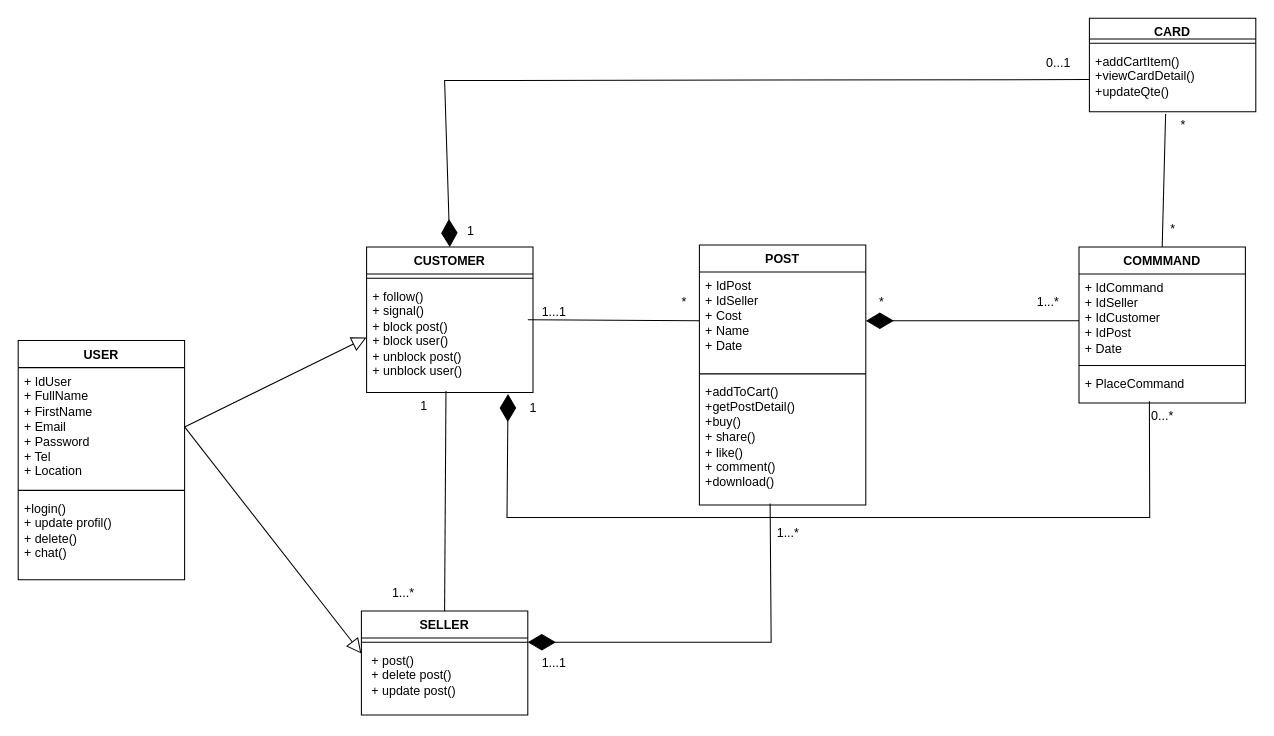
Bryann-coder/FlashShop keeps this draw.io diagram as page "class" (5 of 5) of TIkShopDataBase.drawio. Above is the earlier version. Source tidied: cells renumbered, new cells numbered last; positions are measured from the earlier drawing's top-left corner, leaving out a move shared by most shapes. Both pictures are drawn from the tidied source at 104%, with x=0, y=0 at pixel (18, 18).
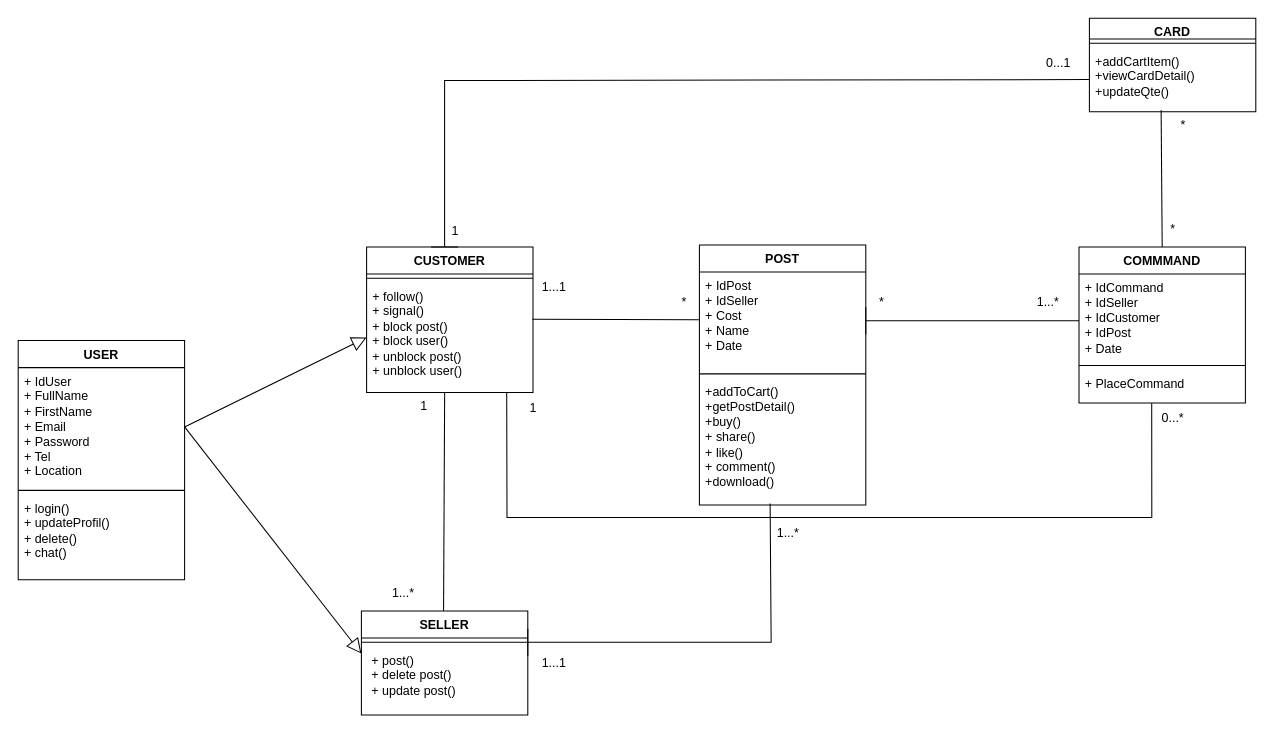
The same diagram, later.

Unchanged cells that the change refers to:
```xml
<mxCell id="2" value="CUSTOMER" style="swimlane;fontStyle=1;align=center;verticalAlign=top;horizontal=1;startSize=26;whiteSpace=wrap;html=1;" parent="1" vertex="1">
  <mxGeometry x="335" y="220" width="160" height="140" as="geometry" />
</mxCell>
<mxCell id="4" value="+ follow()&lt;div&gt;+ signal()&lt;/div&gt;&lt;div&gt;+ block post()&lt;/div&gt;&lt;div&gt;+ block user()&lt;/div&gt;&lt;div&gt;+ unblock post()&lt;/div&gt;&lt;div&gt;+ unblock user()&lt;/div&gt;" style="text;strokeColor=none;fillColor=none;align=left;verticalAlign=top;spacingLeft=4;spacingRight=4;overflow=hidden;points=[[0,0.5],[1,0.5]];portConstraint=eastwest;whiteSpace=wrap;html=1;" parent="2" vertex="1">
  <mxGeometry y="34" width="160" height="106" as="geometry" />
</mxCell>
<mxCell id="6" value="+ IdPost&lt;div&gt;+ IdSeller&lt;/div&gt;&lt;div&gt;+ Cost&lt;/div&gt;&lt;div&gt;+ Name&lt;br&gt;&lt;div&gt;+ Date&lt;/div&gt;&lt;/div&gt;" style="text;strokeColor=none;fillColor=none;align=left;verticalAlign=top;spacingLeft=4;spacingRight=4;overflow=hidden;points=[[0,0.5],[1,0.5]];portConstraint=eastwest;whiteSpace=wrap;html=1;" parent="5" vertex="1">
  <mxGeometry y="26" width="160" height="94" as="geometry" />
</mxCell>
<mxCell id="8" value="&lt;div&gt;+addToCart()&lt;/div&gt;&lt;div&gt;+getPostDetail()&lt;/div&gt;&lt;div&gt;+buy()&lt;/div&gt;&lt;div&gt;+ share()&lt;/div&gt;&lt;div&gt;+ like()&lt;/div&gt;&lt;div&gt;+ comment()&lt;/div&gt;&lt;div&gt;+download()&lt;/div&gt;" style="text;strokeColor=none;fillColor=none;align=left;verticalAlign=top;spacingLeft=4;spacingRight=4;overflow=hidden;points=[[0,0.5],[1,0.5]];portConstraint=eastwest;whiteSpace=wrap;html=1;" parent="5" vertex="1">
  <mxGeometry y="128" width="160" height="122" as="geometry" />
</mxCell>
<mxCell id="9" value="SELLER" style="swimlane;fontStyle=1;align=center;verticalAlign=top;horizontal=1;startSize=26;whiteSpace=wrap;html=1;" parent="1" vertex="1">
  <mxGeometry x="330" y="570" width="160" height="100" as="geometry" />
</mxCell>
<mxCell id="10" style="line;strokeWidth=1;fillColor=none;align=left;verticalAlign=middle;spacingTop=-1;spacingLeft=3;spacingRight=3;labelPosition=right;points=[];portConstraint=eastwest;strokeColor=inherit;" parent="9" vertex="1">
  <mxGeometry y="26" width="160" height="8" as="geometry" />
</mxCell>
<mxCell id="14" value="USER" style="swimlane;fontStyle=1;align=center;verticalAlign=top;horizontal=1;startSize=26;whiteSpace=wrap;html=1;" parent="1" vertex="1">
  <mxGeometry y="310" width="160" height="230" as="geometry" />
</mxCell>
<mxCell id="18" value="COMMMAND" style="swimlane;fontStyle=1;align=center;verticalAlign=top;horizontal=1;startSize=26;whiteSpace=wrap;html=1;" parent="1" vertex="1">
  <mxGeometry x="1020" y="220" width="160" height="150" as="geometry" />
</mxCell>
<mxCell id="21" value="+ PlaceCommand" style="text;strokeColor=none;fillColor=none;align=left;verticalAlign=top;spacingLeft=4;spacingRight=4;overflow=hidden;points=[[0,0.5],[1,0.5]];portConstraint=eastwest;whiteSpace=wrap;html=1;" parent="18" vertex="1">
  <mxGeometry y="118" width="160" height="32" as="geometry" />
</mxCell>
<mxCell id="24" value="&lt;div&gt;+addCartItem()&lt;/div&gt;&lt;div&gt;+viewCardDetail()&lt;/div&gt;&lt;div&gt;+updateQte()&lt;/div&gt;" style="text;strokeColor=none;fillColor=none;align=left;verticalAlign=top;spacingLeft=4;spacingRight=4;overflow=hidden;points=[[0,0.5],[1,0.5]];portConstraint=eastwest;whiteSpace=wrap;html=1;" parent="22" vertex="1">
  <mxGeometry y="28" width="160" height="62" as="geometry" />
</mxCell>
```

Diff of the diagram source:
```diff
@@
-    <mxCell id="17" value="&lt;div&gt;+login()&lt;/div&gt;+ update profil()&lt;div&gt;+ delete()&lt;/div&gt;&lt;div&gt;+ chat()&lt;/div&gt;" style="text;strokeColor=none;fillColor=none;align=left;verticalAlign=top;spacingLeft=4;spacingRight=4;overflow=hidden;whiteSpace=wrap;html=1;" parent="14" vertex="1">
+    <mxCell id="17" value="&lt;div&gt;+ login()&lt;/div&gt;+ updateProfil()&lt;div&gt;+ delete()&lt;/div&gt;&lt;div&gt;+ chat()&lt;/div&gt;" style="text;strokeColor=none;fillColor=none;align=left;verticalAlign=top;spacingLeft=4;spacingRight=4;overflow=hidden;whiteSpace=wrap;html=1;" parent="14" vertex="1">
       <mxGeometry y="148" width="160" height="82" as="geometry" />
     </mxCell>
@@
-    <mxCell id="25" style="endArrow=none;html=1;rounded=0;entryX=0;entryY=0.5;entryDx=0;entryDy=0;" parent="1" edge="1" target="6">
-      <mxGeometry relative="1" as="geometry">
-        <mxPoint x="490" y="290" as="sourcePoint" />
-      </mxGeometry>
+    <mxCell id="25" style="endArrow=none;html=1;rounded=0;entryX=0.001;entryY=0.488;entryDx=0;entryDy=0;exitX=0.996;exitY=0.335;exitDx=0;exitDy=0;exitPerimeter=0;entryPerimeter=0;" parent="1" edge="1" source="4" target="6">
+      <mxGeometry relative="1" as="geometry" />
     </mxCell>
-    <mxCell id="26" style="endArrow=none;html=1;rounded=0;entryX=0.5;entryY=0;entryDx=0;entryDy=0;exitX=0.458;exitY=1.035;exitDx=0;exitDy=0;exitPerimeter=0;" parent="1" edge="1" source="24" target="18">
+    <mxCell id="26" style="endArrow=none;html=1;rounded=0;entryX=0.5;entryY=0;entryDx=0;entryDy=0;exitX=0.431;exitY=0.974;exitDx=0;exitDy=0;exitPerimeter=0;" parent="1" edge="1" source="24" target="18">
       <mxGeometry relative="1" as="geometry" />
     </mxCell>
@@
     <mxCell id="31" value="1...1" style="text;html=1;align=center;verticalAlign=middle;strokeColor=none;fillColor=none;" parent="1" vertex="1">
-      <mxGeometry x="490" y="268" width="50" height="30" as="geometry" />
+      <mxGeometry x="490" y="244" width="50" height="30" as="geometry" />
     </mxCell>
@@
-    <mxCell id="34" style="endArrow=diamondThin;endFill=1;endSize=24;html=1;rounded=0;entryX=1;entryY=0.5;entryDx=0;entryDy=0;entryPerimeter=0;exitX=0.425;exitY=0.989;exitDx=0;exitDy=0;exitPerimeter=0;" parent="1" edge="1" source="8" target="10">
+    <mxCell id="34" style="endArrow=baseDash;endFill=0;endSize=24;html=1;rounded=0;entryX=1;entryY=0.5;entryDx=0;entryDy=0;entryPerimeter=0;exitX=0.425;exitY=0.989;exitDx=0;exitDy=0;exitPerimeter=0;" parent="1" edge="1" source="8" target="10">
       <mxGeometry relative="1" as="geometry">
         <Array as="points">
           <mxPoint x="724" y="600" />
         </Array>
       </mxGeometry>
     </mxCell>
@@
-    <mxCell id="36" style="endArrow=diamondThin;endFill=1;endSize=24;html=1;rounded=0;exitX=0;exitY=0.5;exitDx=0;exitDy=0;entryX=0.5;entryY=0;entryDx=0;entryDy=0;" parent="1" edge="1" source="24" target="2">
+    <mxCell id="36" style="endArrow=baseDash;endFill=0;endSize=24;html=1;rounded=0;exitX=0;exitY=0.5;exitDx=0;exitDy=0;entryX=0.5;entryY=0;entryDx=0;entryDy=0;" parent="1" edge="1" source="24">
       <mxGeometry relative="1" as="geometry">
+        <mxPoint x="410" y="220" as="targetPoint" />
         <Array as="points">
           <mxPoint x="410" y="60" />
         </Array>
       </mxGeometry>
     </mxCell>
     <mxCell id="37" value="1" style="text;html=1;align=center;verticalAlign=middle;strokeColor=none;fillColor=none;" parent="1" vertex="1">
-      <mxGeometry x="420" y="190" width="30" height="30" as="geometry" />
+      <mxGeometry x="405" y="190" width="30" height="30" as="geometry" />
     </mxCell>
@@
-    <mxCell id="39" style="endArrow=diamondThin;endFill=1;endSize=24;html=1;rounded=0;entryX=1;entryY=0.5;entryDx=0;entryDy=0;" parent="1" edge="1" target="6">
+    <mxCell id="39" style="endArrow=baseDash;endFill=0;endSize=24;html=1;rounded=0;entryX=1;entryY=0.5;entryDx=0;entryDy=0;" parent="1" edge="1" target="6">
       <mxGeometry relative="1" as="geometry">
         <mxPoint x="1020" y="291" as="sourcePoint" />
       </mxGeometry>
     </mxCell>
-    <mxCell id="40" style="endArrow=diamondThin;endFill=1;endSize=24;html=1;rounded=0;entryX=0.85;entryY=1.012;entryDx=0;entryDy=0;entryPerimeter=0;exitX=0.423;exitY=0.945;exitDx=0;exitDy=0;exitPerimeter=0;" parent="1" edge="1" source="21" target="4">
+    <mxCell id="40" style="endArrow=baseDash;endFill=0;endSize=24;html=1;rounded=0;entryX=0.842;entryY=0.999;entryDx=0;entryDy=0;entryPerimeter=0;exitX=-0.002;exitY=0.008;exitDx=0;exitDy=0;exitPerimeter=0;" parent="1" edge="1" source="42" target="4">
       <mxGeometry relative="1" as="geometry">
         <Array as="points">
-          <mxPoint x="1088" y="480" />
+          <mxPoint x="1090" y="480" />
           <mxPoint x="470" y="480" />
         </Array>
       </mxGeometry>
     </mxCell>
@@
     <mxCell id="42" value="0...*" style="text;html=1;align=center;verticalAlign=middle;points=[];strokeColor=none;fillColor=none;" parent="1" vertex="1">
-      <mxGeometry x="1080" y="368" width="40" height="30" as="geometry" />
+      <mxGeometry x="1090" y="370" width="40" height="30" as="geometry" />
     </mxCell>
-    <mxCell id="43" style="endArrow=none;html=1;rounded=0;exitX=0.5;exitY=0;exitDx=0;exitDy=0;entryX=0.477;entryY=0.986;entryDx=0;entryDy=0;entryPerimeter=0;" parent="1" edge="1" source="9" target="4">
-      <mxGeometry relative="1" as="geometry" />
+    <mxCell id="43" style="endArrow=none;html=1;rounded=0;entryX=0.469;entryY=1.003;entryDx=0;entryDy=0;entryPerimeter=0;" parent="1" edge="1" target="4">
+      <mxGeometry relative="1" as="geometry">
+        <mxPoint x="409" y="570" as="sourcePoint" />
+      </mxGeometry>
     </mxCell>
```
